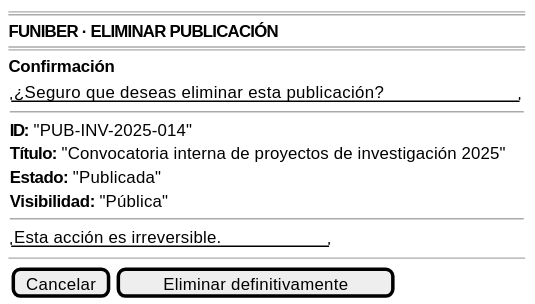
31Diego/25-26-IdSw1-SdR keeps this PlantUML diagram as documents/casosDeUso/detalle/coordinador/08-mis-publicaciones/eliminarPublicacion/prototipo/eliminarPublicacion-wireframe.svg. Above is the earlier version.
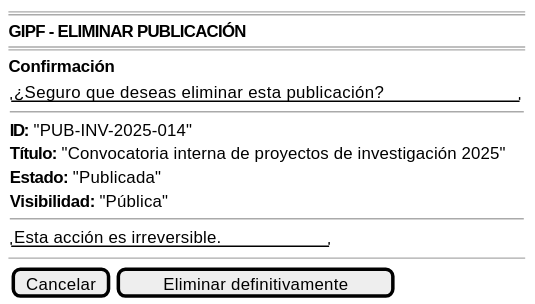
The same file after the commit.

Change to the diagram source:
```diff
@@ -1,7 +1,7 @@
 @startsalt eliminarPublicacion-wireframe
 {
 ====
-<b>FUNIBER · ELIMINAR PUBLICACIÓN</b>
+<b>GIPF - ELIMINAR PUBLICACIÓN</b>
 ====
 
 <b>Confirmación</b>
```
